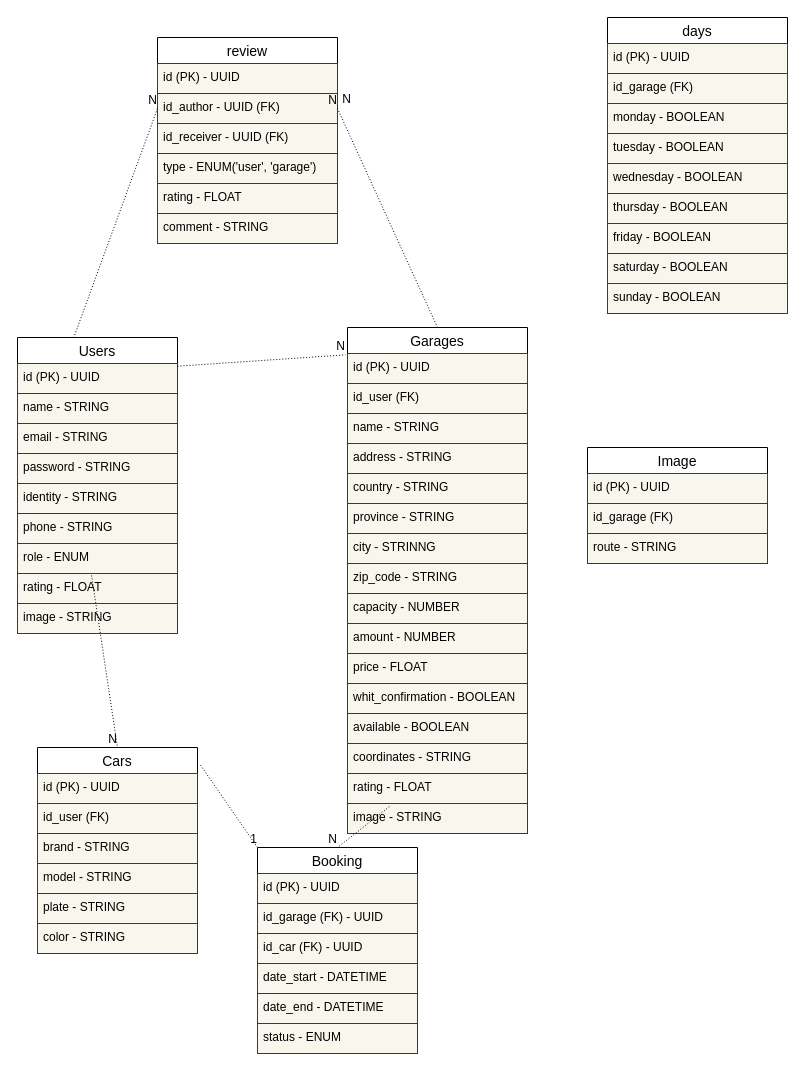
The draw.io diagram backend/relationalDiagram.drawio in No-Country/s13-04-t-node-react, before the edit. Source tidied: cells renumbered, new cells numbered last; positions are measured from the earlier drawing's top-left corner, leaving out a move shared by most shapes. Both pictures are drawn from the tidied source at 100%, with x=0, y=0 at pixel (17, 17).
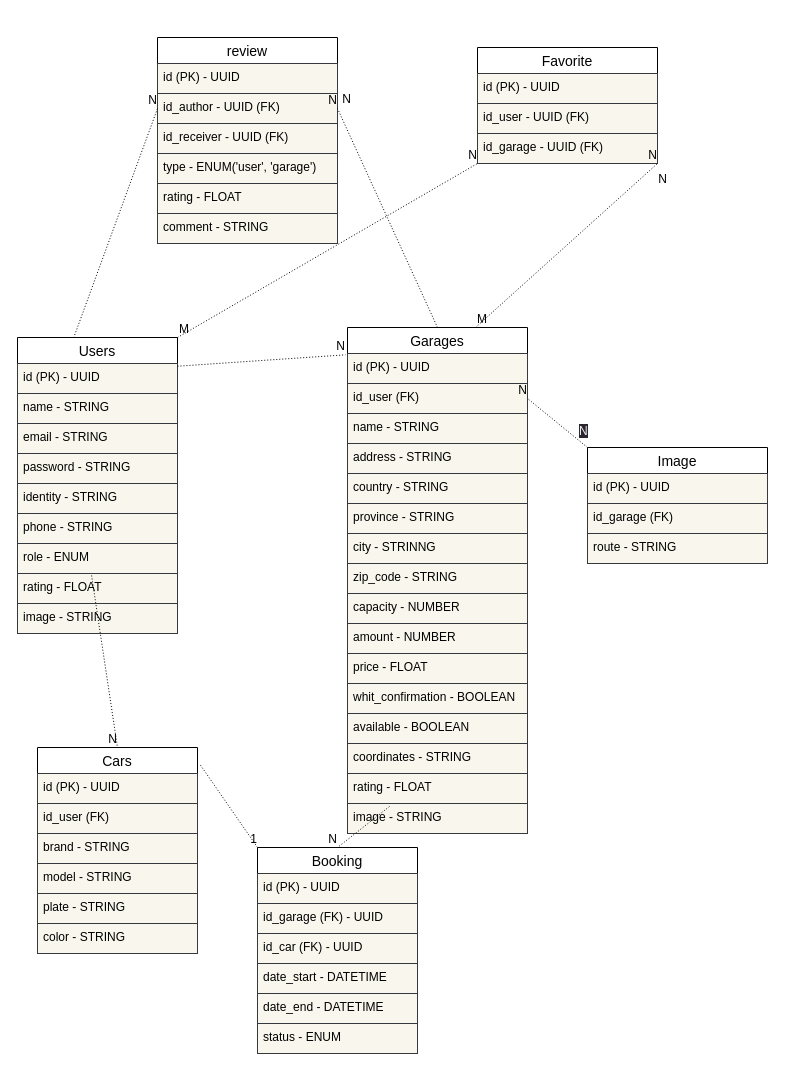
Above is the later version.

The change refers to these unchanged cells:
```xml
<mxCell id="2" value="Users" style="swimlane;fontStyle=0;horizontal=1;startSize=26;align=center;fontSize=14;" parent="1" vertex="1">
  <mxGeometry y="320" width="160" height="296" as="geometry" />
</mxCell>
<mxCell id="12" value="Garages" style="swimlane;fontStyle=0;horizontal=1;startSize=26;align=center;fontSize=14;" parent="1" vertex="1">
  <mxGeometry x="330" y="310" width="180" height="506" as="geometry" />
</mxCell>
<mxCell id="14" value="id_user (FK)" style="text;strokeColor=#36393d;fillColor=#f9f7ed;spacingLeft=4;spacingRight=4;overflow=hidden;points=[[0,0.5],[1,0.5]];portConstraint=eastwest;fontSize=12;fontColor=#000000;" parent="12" vertex="1">
  <mxGeometry y="56" width="180" height="30" as="geometry" />
</mxCell>
<mxCell id="73" value="Image" style="swimlane;fontStyle=0;horizontal=1;startSize=26;align=center;fontSize=14;" parent="1" vertex="1">
  <mxGeometry x="570" y="430" width="180" height="116" as="geometry" />
</mxCell>
```

The edit, as a diff of the source:
```diff
@@
-    <mxCell id="51" value="days" style="swimlane;fontStyle=0;horizontal=1;startSize=26;align=center;fontSize=14;" parent="1" vertex="1">
-      <mxGeometry x="590" width="180" height="296" as="geometry" />
-    </mxCell>
-    <mxCell id="52" value="id (PK) - UUID" style="text;strokeColor=#36393d;fillColor=#f9f7ed;spacingLeft=4;spacingRight=4;overflow=hidden;fontSize=12;fontColor=#000000;" parent="51" vertex="1">
-      <mxGeometry y="26" width="180" height="30" as="geometry" />
-    </mxCell>
-    <mxCell id="53" value="id_garage (FK)" style="text;strokeColor=#36393d;fillColor=#f9f7ed;spacingLeft=4;spacingRight=4;overflow=hidden;fontSize=12;fontColor=#000000;" parent="51" vertex="1">
-      <mxGeometry y="56" width="180" height="30" as="geometry" />
-    </mxCell>
-    <mxCell id="54" value="monday - BOOLEAN" style="text;strokeColor=#36393d;fillColor=#f9f7ed;spacingLeft=4;spacingRight=4;overflow=hidden;fontSize=12;fontColor=#000000;" parent="51" vertex="1">
-      <mxGeometry y="86" width="180" height="30" as="geometry" />
-    </mxCell>
-    <mxCell id="55" value="tuesday - BOOLEAN" style="text;strokeColor=#36393d;fillColor=#f9f7ed;spacingLeft=4;spacingRight=4;overflow=hidden;fontSize=12;fontColor=#000000;" parent="51" vertex="1">
-      <mxGeometry y="116" width="180" height="30" as="geometry" />
-    </mxCell>
-    <mxCell id="56" value="wednesday - BOOLEAN" style="text;strokeColor=#36393d;fillColor=#f9f7ed;spacingLeft=4;spacingRight=4;overflow=hidden;fontSize=12;fontColor=#000000;" parent="51" vertex="1">
-      <mxGeometry y="146" width="180" height="30" as="geometry" />
-    </mxCell>
-    <mxCell id="57" value="thursday - BOOLEAN" style="text;strokeColor=#36393d;fillColor=#f9f7ed;spacingLeft=4;spacingRight=4;overflow=hidden;fontSize=12;fontColor=#000000;" parent="51" vertex="1">
-      <mxGeometry y="176" width="180" height="30" as="geometry" />
-    </mxCell>
-    <mxCell id="58" value="friday - BOOLEAN" style="text;strokeColor=#36393d;fillColor=#f9f7ed;spacingLeft=4;spacingRight=4;overflow=hidden;fontSize=12;fontColor=#000000;" parent="51" vertex="1">
-      <mxGeometry y="206" width="180" height="30" as="geometry" />
-    </mxCell>
-    <mxCell id="59" value="saturday - BOOLEAN" style="text;strokeColor=#36393d;fillColor=#f9f7ed;spacingLeft=4;spacingRight=4;overflow=hidden;fontSize=12;fontColor=#000000;" parent="51" vertex="1">
-      <mxGeometry y="236" width="180" height="30" as="geometry" />
-    </mxCell>
-    <mxCell id="60" value="sunday - BOOLEAN" style="text;strokeColor=#36393d;fillColor=#f9f7ed;spacingLeft=4;spacingRight=4;overflow=hidden;fontSize=12;fontColor=#000000;" parent="51" vertex="1">
-      <mxGeometry y="266" width="180" height="30" as="geometry" />
-    </mxCell>
@@
+    <mxCell id="77" style="endArrow=none;html=1;rounded=0;dashed=1;dashPattern=1 2;entryX=1;entryY=0.5;entryDx=0;entryDy=0;exitX=0;exitY=0;exitDx=0;exitDy=0;" parent="1" edge="1" source="73" target="14">
+      <mxGeometry relative="1" as="geometry" />
+    </mxCell>
+    <mxCell id="78" value="N" style="html=1;align=right;verticalAlign=bottom;" parent="77" vertex="1">
+      <mxGeometry x="1" relative="1" as="geometry" />
+    </mxCell>
+    <mxCell id="79" value="&lt;span style=&quot;color: rgb(240, 240, 240); font-family: Helvetica; font-size: 12px; font-style: normal; font-variant-ligatures: normal; font-variant-caps: normal; font-weight: 400; letter-spacing: normal; orphans: 2; text-align: right; text-indent: 0px; text-transform: none; widows: 2; word-spacing: 0px; -webkit-text-stroke-width: 0px; background-color: rgb(42, 37, 47); text-decoration-thickness: initial; text-decoration-style: initial; text-decoration-color: initial; float: none; display: inline !important;&quot;&gt;N&lt;/span&gt;" style="text;whiteSpace=wrap;html=1;" parent="1" vertex="1">
+      <mxGeometry x="560" y="400" width="180" height="40" as="geometry" />
+    </mxCell>
+    <mxCell id="80" value="Favorite" style="swimlane;fontStyle=0;horizontal=1;startSize=26;align=center;fontSize=14;" parent="1" vertex="1">
+      <mxGeometry x="460" y="30" width="180" height="116" as="geometry" />
+    </mxCell>
+    <mxCell id="52" value="id (PK) - UUID" style="text;strokeColor=#36393d;fillColor=#f9f7ed;spacingLeft=4;spacingRight=4;overflow=hidden;fontSize=12;fontColor=#000000;" parent="80" vertex="1">
+      <mxGeometry y="26" width="180" height="30" as="geometry" />
+    </mxCell>
+    <mxCell id="81" value="id_user - UUID (FK)" style="text;strokeColor=#36393d;fillColor=#f9f7ed;spacingLeft=4;spacingRight=4;overflow=hidden;fontSize=12;fontColor=#000000;" parent="80" vertex="1">
+      <mxGeometry y="56" width="180" height="30" as="geometry" />
+    </mxCell>
+    <mxCell id="82" value="id_garage - UUID (FK)" style="text;strokeColor=#36393d;fillColor=#f9f7ed;spacingLeft=4;spacingRight=4;overflow=hidden;fontSize=12;fontColor=#000000;" parent="80" vertex="1">
+      <mxGeometry y="86" width="180" height="30" as="geometry" />
+    </mxCell>
+    <mxCell id="83" style="endArrow=none;html=1;rounded=0;dashed=1;dashPattern=1 2;exitX=0.711;exitY=0;exitDx=0;exitDy=0;exitPerimeter=0;entryX=1;entryY=1;entryDx=0;entryDy=0;" parent="1" edge="1" source="12" target="80">
+      <mxGeometry relative="1" as="geometry" />
+    </mxCell>
+    <mxCell id="84" value="M" style="html=1;align=left;verticalAlign=bottom;" parent="83" vertex="1">
+      <mxGeometry x="-1" relative="1" as="geometry" />
+    </mxCell>
+    <mxCell id="85" value="N" style="html=1;align=right;verticalAlign=bottom;" parent="83" vertex="1">
+      <mxGeometry x="1" relative="1" as="geometry" />
+    </mxCell>
+    <mxCell id="86" style="endArrow=none;html=1;rounded=0;dashed=1;dashPattern=1 2;entryX=0;entryY=1;entryDx=0;entryDy=0;exitX=1;exitY=0;exitDx=0;exitDy=0;" parent="1" edge="1" source="2" target="80">
+      <mxGeometry relative="1" as="geometry" />
+    </mxCell>
+    <mxCell id="87" value="M" style="html=1;align=left;verticalAlign=bottom;" parent="86" vertex="1">
+      <mxGeometry x="-1" relative="1" as="geometry" />
+    </mxCell>
+    <mxCell id="88" value="N" style="html=1;align=right;verticalAlign=bottom;" parent="86" vertex="1">
+      <mxGeometry x="1" relative="1" as="geometry" />
+    </mxCell>
+    <mxCell id="89" value="N" style="html=1;align=right;verticalAlign=bottom;" parent="1" vertex="1">
+      <mxGeometry x="650" y="170" as="geometry" />
+    </mxCell>
```
